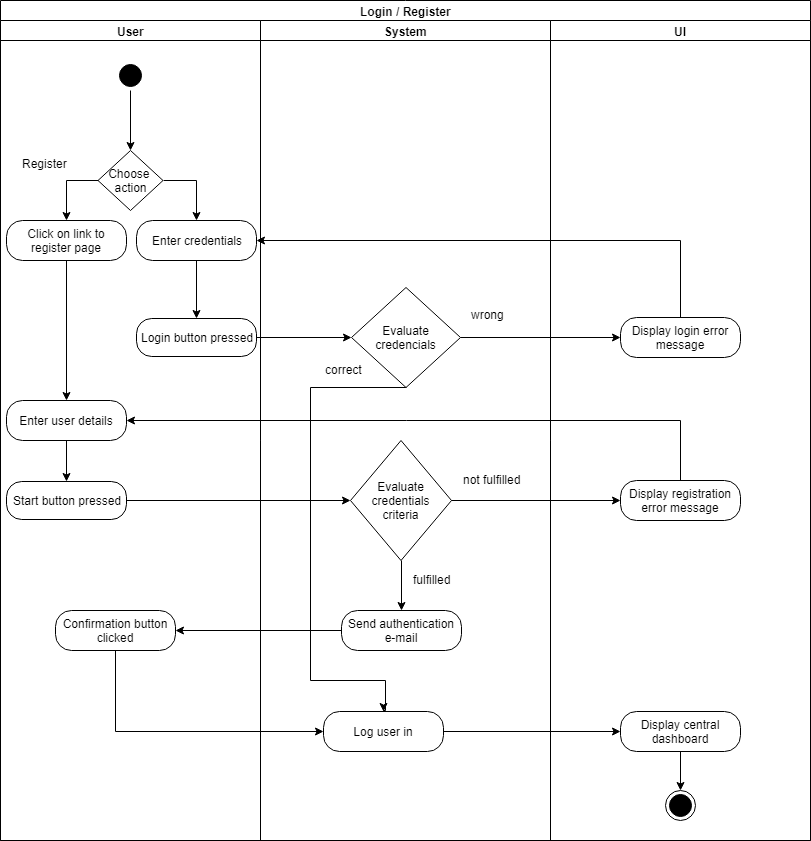
This is docs/specifications/ucs/user_management/login_register/activity_diagrams/login_register.png from raphaelmue/dashup, a draw.io export, as it was before one commit. Source tidied: cells renumbered, new cells last; positions are measured from the earlier drawing's top-left corner, leaving out a move shared by most shapes.
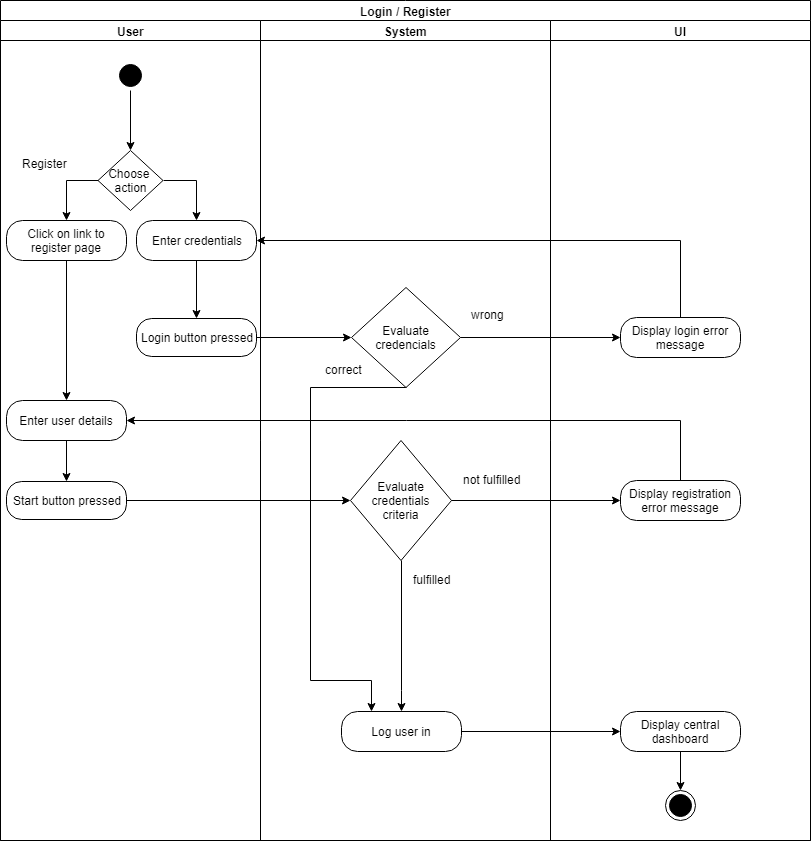
The same file after the commit.

The edit, as a diff of the source:
```diff
@@ -48,9 +48,6 @@
     <mxCell id="15" value="Register" style="text;html=1;align=left;verticalAlign=top;spacingTop=-4;" parent="3" vertex="1">
       <mxGeometry x="20" y="134" width="60" height="20" as="geometry" />
     </mxCell>
-    <mxCell id="16" value="Confirmation button clicked" style="rounded=1;whiteSpace=wrap;html=1;arcSize=40;fillColor=#ffffff;strokeColor=#000000;" parent="3" vertex="1">
-      <mxGeometry x="55" y="590" width="120" height="40" as="geometry" />
-    </mxCell>
     <mxCell id="17" style="ellipse;html=1;shape=startState;fillColor=#000000;strokeColor=#000000;" parent="3" vertex="1">
       <mxGeometry x="115" y="40" width="30" height="30" as="geometry" />
     </mxCell>
@@ -60,21 +57,25 @@
     <mxCell id="19" value="System" style="swimlane;html=1;startSize=20;" parent="2" vertex="1">
       <mxGeometry x="260" y="20" width="290" height="820" as="geometry" />
     </mxCell>
-    <mxCell id="20" style="edgeStyle=orthogonalEdgeStyle;rounded=0;jettySize=auto;html=1;exitX=0.5;exitY=1;exitDx=0;exitDy=0;strokeColor=#000000;entryX=0.5;entryY=0;entryDx=0;entryDy=0;" parent="19" edge="1" source="21" target="25">
+    <mxCell id="20" style="edgeStyle=orthogonalEdgeStyle;rounded=0;jettySize=auto;html=1;exitX=0.5;exitY=1;exitDx=0;exitDy=0;strokeColor=#000000;entryX=0.25;entryY=0;entryDx=0;entryDy=0;" parent="19" edge="1" source="21" target="25">
       <mxGeometry relative="1" as="geometry">
         <Array as="points">
           <mxPoint x="50" y="367" />
           <mxPoint x="50" y="660" />
-          <mxPoint x="125" y="660" />
-          <mxPoint x="125" y="690" />
+          <mxPoint x="111" y="660" />
         </Array>
       </mxGeometry>
     </mxCell>
     <mxCell id="21" value="Evaluate credencials" style="rhombus;whiteSpace=wrap;html=1;fillColor=#ffffff;strokeColor=#000000;" parent="19" vertex="1">
       <mxGeometry x="91" y="267" width="109" height="100" as="geometry" />
     </mxCell>
-    <mxCell id="22" style="edgeStyle=orthogonalEdgeStyle;rounded=0;jettySize=auto;html=1;exitX=0.5;exitY=1;exitDx=0;exitDy=0;entryX=0.5;entryY=0;entryDx=0;entryDy=0;strokeColor=#000000;" parent="19" edge="1" source="23" target="27">
-      <mxGeometry relative="1" as="geometry" />
+    <mxCell id="22" style="edgeStyle=orthogonalEdgeStyle;rounded=0;jettySize=auto;html=1;exitX=0.5;exitY=1;exitDx=0;exitDy=0;entryX=0.5;entryY=0;entryDx=0;entryDy=0;strokeColor=#000000;" parent="19" edge="1" source="23" target="25">
+      <mxGeometry relative="1" as="geometry">
+        <Array as="points">
+          <mxPoint x="141" y="670" />
+          <mxPoint x="141" y="670" />
+        </Array>
+      </mxGeometry>
     </mxCell>
     <mxCell id="23" value="Evaluate credentials criteria" style="rhombus;whiteSpace=wrap;html=1;fillColor=#ffffff;strokeColor=#000000;" parent="19" vertex="1">
       <mxGeometry x="90" y="420" width="101" height="120" as="geometry" />
@@ -83,14 +84,11 @@
       <mxGeometry x="209" y="285" width="50" height="20" as="geometry" />
     </mxCell>
     <mxCell id="25" value="Log user in" style="rounded=1;whiteSpace=wrap;html=1;arcSize=40;fillColor=#ffffff;strokeColor=#000000;" parent="19" vertex="1">
-      <mxGeometry x="63" y="691" width="120" height="40" as="geometry" />
+      <mxGeometry x="81" y="691" width="120" height="40" as="geometry" />
     </mxCell>
     <mxCell id="26" value="correct" style="text;html=1;align=left;verticalAlign=top;spacingTop=-4;" parent="19" vertex="1">
       <mxGeometry x="63" y="340" width="50" height="20" as="geometry" />
     </mxCell>
-    <mxCell id="27" value="Send authentication e-mail" style="rounded=1;whiteSpace=wrap;html=1;arcSize=40;fillColor=#ffffff;strokeColor=#000000;" parent="19" vertex="1">
-      <mxGeometry x="81" y="590" width="120" height="40" as="geometry" />
-    </mxCell>
     <mxCell id="28" value="fulfilled" style="text;html=1;align=left;verticalAlign=top;spacingTop=-4;" parent="19" vertex="1">
       <mxGeometry x="151" y="550" width="50" height="20" as="geometry" />
     </mxCell>
@@ -130,12 +128,6 @@
     <mxCell id="40" style="edgeStyle=orthogonalEdgeStyle;rounded=0;jettySize=auto;html=1;exitX=1;exitY=0.5;exitDx=0;exitDy=0;strokeColor=#000000;" parent="2" edge="1" source="25" target="39">
       <mxGeometry relative="1" as="geometry" />
     </mxCell>
-    <mxCell id="41" style="edgeStyle=orthogonalEdgeStyle;rounded=0;jettySize=auto;html=1;exitX=0;exitY=0.5;exitDx=0;exitDy=0;entryX=1;entryY=0.5;entryDx=0;entryDy=0;strokeColor=#000000;" parent="2" edge="1" source="27" target="16">
-      <mxGeometry relative="1" as="geometry" />
-    </mxCell>
-    <mxCell id="42" style="edgeStyle=orthogonalEdgeStyle;rounded=0;jettySize=auto;html=1;exitX=0.5;exitY=1;exitDx=0;exitDy=0;entryX=0;entryY=0.5;entryDx=0;entryDy=0;strokeColor=#000000;" parent="2" edge="1" source="16" target="25">
-      <mxGeometry relative="1" as="geometry" />
-    </mxCell>
     <mxCell id="43" style="edgeStyle=orthogonalEdgeStyle;rounded=0;jettySize=auto;html=1;exitX=1;exitY=0.5;exitDx=0;exitDy=0;entryX=0;entryY=0.5;entryDx=0;entryDy=0;strokeColor=#000000;" parent="2" edge="1" source="14" target="23">
       <mxGeometry relative="1" as="geometry" />
     </mxCell>
```
